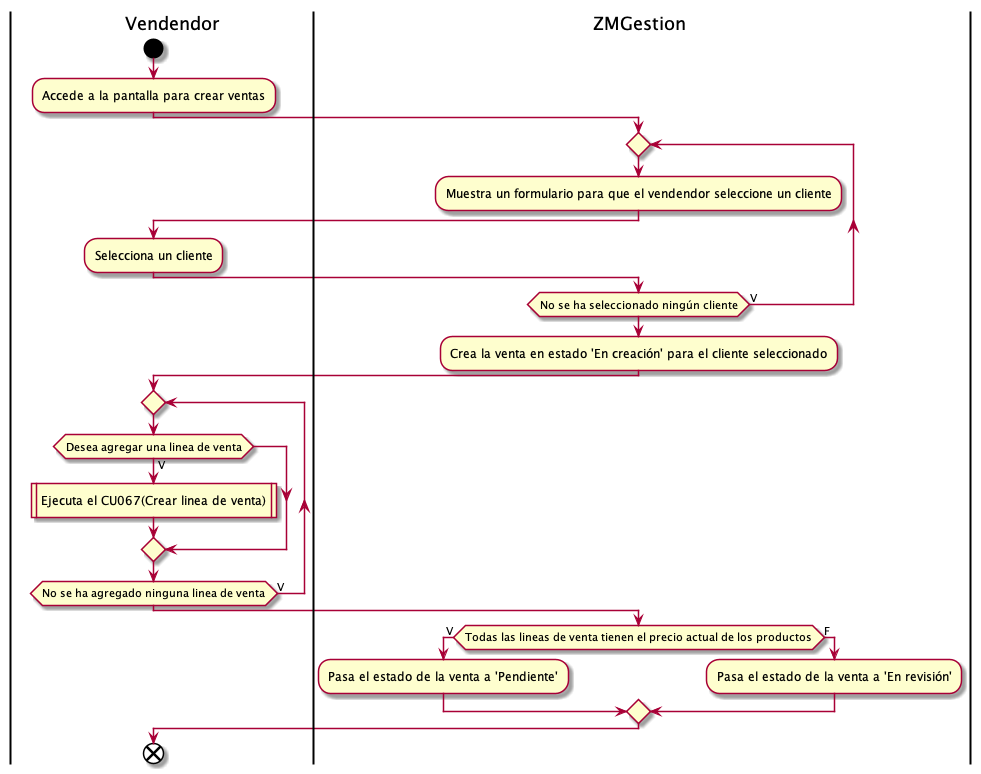
Earlier version of the PlantUML export Informe Final/Imagenes/DiagramasActividad/DiagramaDeActividad/crearVenta.png (ZMGestion/DocumentacionZMGestion).
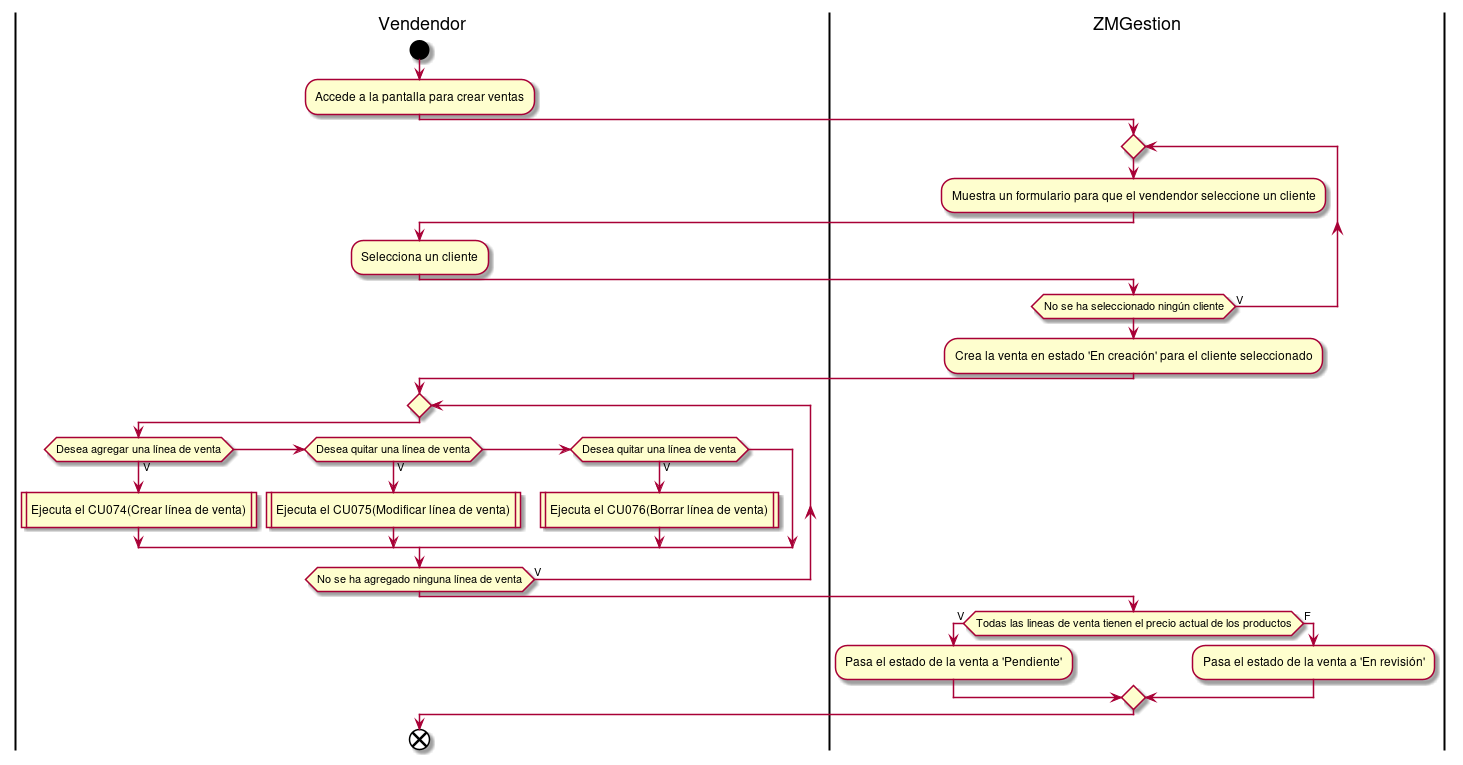
Above is the later version.

Diff of the diagram source:
```diff
@@ -12,11 +12,14 @@
 :Crea la venta en estado 'En creación' para el cliente seleccionado;
 |Vendendor|
 repeat
-if(Desea agregar una linea de venta) then (V)
-:Ejecuta el CU067(Crear linea de venta)|
-else
+if(Desea agregar una línea de venta) then (V)
+:Ejecuta el CU074(Crear línea de venta)|
+else if (Desea quitar una línea de venta) then (V)
+:Ejecuta el CU075(Modificar línea de venta)|
+else if (Desea quitar una línea de venta) then (V)
+:Ejecuta el CU076(Borrar línea de venta)|
 endif
-repeat while(No se ha agregado ninguna linea de venta) is (V)
+repeat while(No se ha agregado ninguna línea de venta) is (V)
 |ZMGestion|
 if(Todas las lineas de venta tienen el precio actual de los productos) then (V)
 :Pasa el estado de la venta a 'Pendiente';
```
